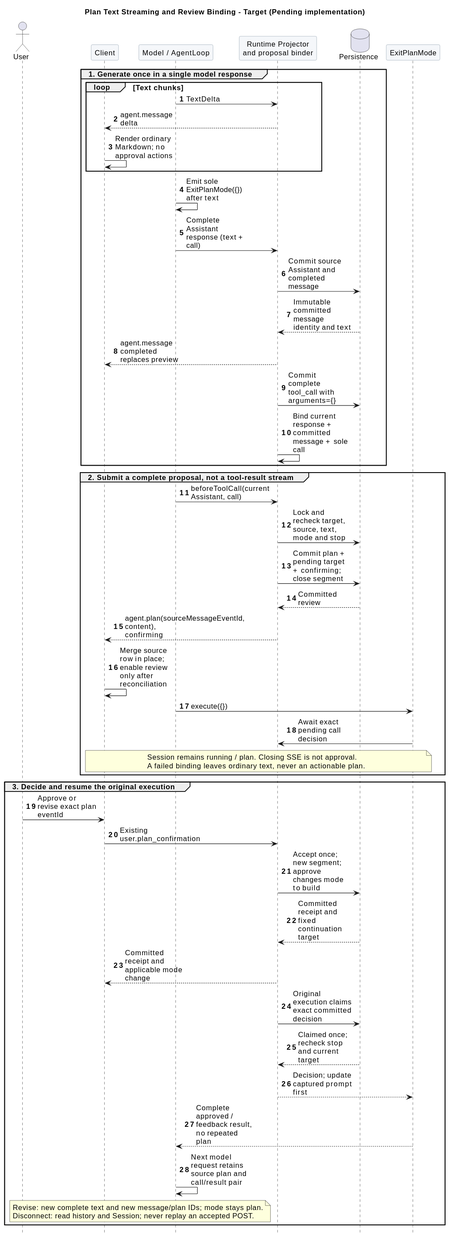
Earlier version of the PlantUML export 01-总体架构/06-CampusClaw计划模式/plan_streaming_sequence.svg (ssm0808/pi-mono-java-design). Its diagram source:
```plantuml
@startuml
skinparam backgroundColor white
skinparam shadowing false
skinparam defaultFontName SansSerif
skinparam defaultFontSize 14
skinparam maxMessageSize 115
skinparam sequenceMessageAlign left
skinparam sequenceParticipantBackgroundColor #F5F7FA
skinparam sequenceParticipantBorderColor #8496A4
hide footbox
autonumber
title Plan Text Streaming and Review Binding - Target (Pending implementation)
actor User
participant "Client" as UI
participant "Model / AgentLoop" as Loop
participant "Runtime Projector\nand proposal binder" as Runtime
database "Persistence" as DB
participant "ExitPlanMode" as Tool

group 1. Generate once in a single model response
  loop Text chunks
    Loop -> Runtime : TextDelta
    Runtime --> UI : agent.message delta
    UI -> UI : Render ordinary Markdown; no approval actions
  end
  Loop -> Loop : Emit sole ExitPlanMode({}) after text
  Loop -> Runtime : Complete Assistant response (text + call)
  Runtime -> DB : Commit source Assistant and completed message
  DB --> Runtime : Immutable committed message identity and text
  Runtime --> UI : agent.message completed replaces preview
  Runtime -> DB : Commit complete tool_call with arguments={}
  Runtime -> Runtime : Bind current response + committed message + sole call
end

group 2. Submit a complete proposal, not a tool-result stream
  Loop -> Runtime : beforeToolCall(current Assistant, call)
  Runtime -> DB : Lock and recheck target, source, text, mode and stop
  Runtime -> DB : Commit plan + pending target + confirming; close segment
  DB --> Runtime : Committed review
  Runtime --> UI : agent.plan(sourceMessageEventId, content), confirming
  UI -> UI : Merge source row in place; enable review only after reconciliation
  Loop -> Tool : execute({})
  Tool -> Runtime : Await exact pending call decision
  note over UI,Tool
    Session remains running / plan. Closing SSE is not approval.
    A failed binding leaves ordinary text, never an actionable plan.
  end note
end

group 3. Decide and resume the original execution
  User -> UI : Approve or revise exact plan eventId
  UI -> Runtime : Existing user.plan_confirmation
  Runtime -> DB : Accept once; new segment; approve changes mode to build
  DB --> Runtime : Committed receipt and fixed continuation target
  Runtime --> UI : Committed receipt and applicable mode change
  Runtime -> DB : Original execution claims exact committed decision
  DB --> Runtime : Claimed once; recheck stop and current target
  Runtime --> Tool : Decision; update captured prompt first
  Tool --> Loop : Complete approved / feedback result, no repeated plan
  Loop -> Loop : Next model request retains source plan and call/result pair
  note over UI,Loop
    Revise: new complete text and new message/plan IDs; mode stays plan.
    Disconnect: read history and Session; never replay an accepted POST.
  end note
end
@enduml
```
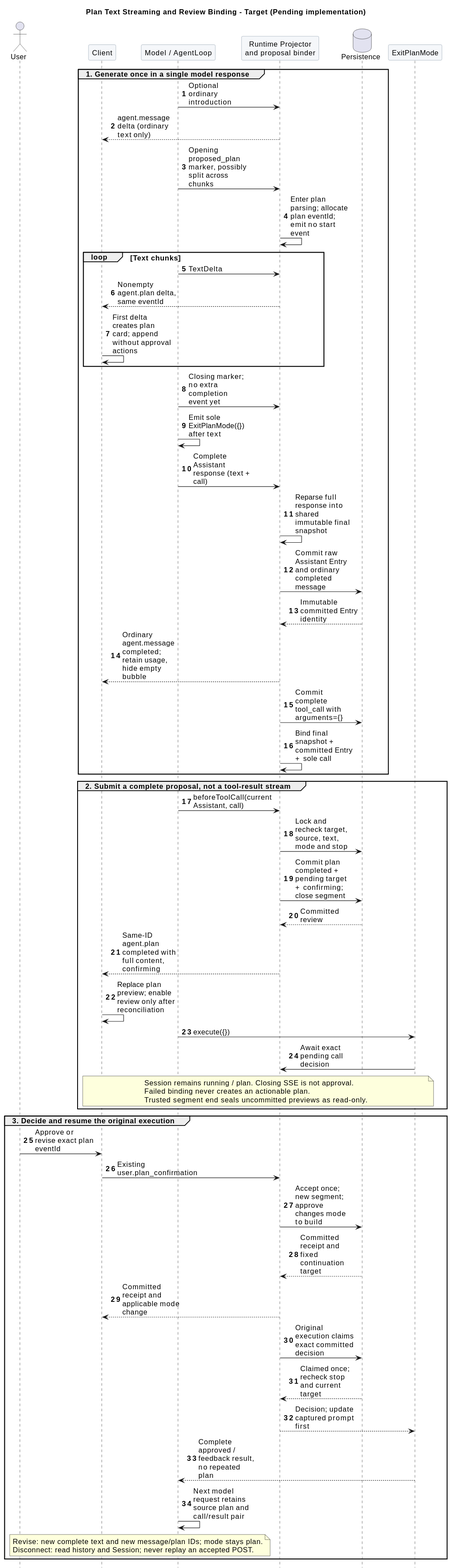
Later version of the same file.

Change to the diagram source:
```diff
@@ -18,32 +18,39 @@
 participant "ExitPlanMode" as Tool
 
 group 1. Generate once in a single model response
+  Loop -> Runtime : Optional ordinary introduction
+  Runtime --> UI : agent.message delta (ordinary text only)
+  Loop -> Runtime : Opening proposed_plan marker, possibly split across chunks
+  Runtime -> Runtime : Enter plan parsing; allocate plan eventId; emit no start event
   loop Text chunks
     Loop -> Runtime : TextDelta
-    Runtime --> UI : agent.message delta
-    UI -> UI : Render ordinary Markdown; no approval actions
+    Runtime --> UI : Nonempty agent.plan delta, same eventId
+    UI -> UI : First delta creates plan card; append without approval actions
   end
+  Loop -> Runtime : Closing marker; no extra completion event yet
   Loop -> Loop : Emit sole ExitPlanMode({}) after text
   Loop -> Runtime : Complete Assistant response (text + call)
-  Runtime -> DB : Commit source Assistant and completed message
-  DB --> Runtime : Immutable committed message identity and text
-  Runtime --> UI : agent.message completed replaces preview
+  Runtime -> Runtime : Reparse full response into shared immutable final snapshot
+  Runtime -> DB : Commit raw Assistant Entry and ordinary completed message
+  DB --> Runtime : Immutable committed Entry identity
+  Runtime --> UI : Ordinary agent.message completed; retain usage, hide empty bubble
   Runtime -> DB : Commit complete tool_call with arguments={}
-  Runtime -> Runtime : Bind current response + committed message + sole call
+  Runtime -> Runtime : Bind final snapshot + committed Entry + sole call
 end
 
 group 2. Submit a complete proposal, not a tool-result stream
   Loop -> Runtime : beforeToolCall(current Assistant, call)
   Runtime -> DB : Lock and recheck target, source, text, mode and stop
-  Runtime -> DB : Commit plan + pending target + confirming; close segment
+  Runtime -> DB : Commit plan completed + pending target + confirming; close segment
   DB --> Runtime : Committed review
-  Runtime --> UI : agent.plan(sourceMessageEventId, content), confirming
-  UI -> UI : Merge source row in place; enable review only after reconciliation
+  Runtime --> UI : Same-ID agent.plan completed with full content, confirming
+  UI -> UI : Replace plan preview; enable review only after reconciliation
   Loop -> Tool : execute({})
   Tool -> Runtime : Await exact pending call decision
   note over UI,Tool
     Session remains running / plan. Closing SSE is not approval.
-    A failed binding leaves ordinary text, never an actionable plan.
+    Failed binding never creates an actionable plan.
+    Trusted segment end seals uncommitted previews as read-only.
   end note
 end
 
```
